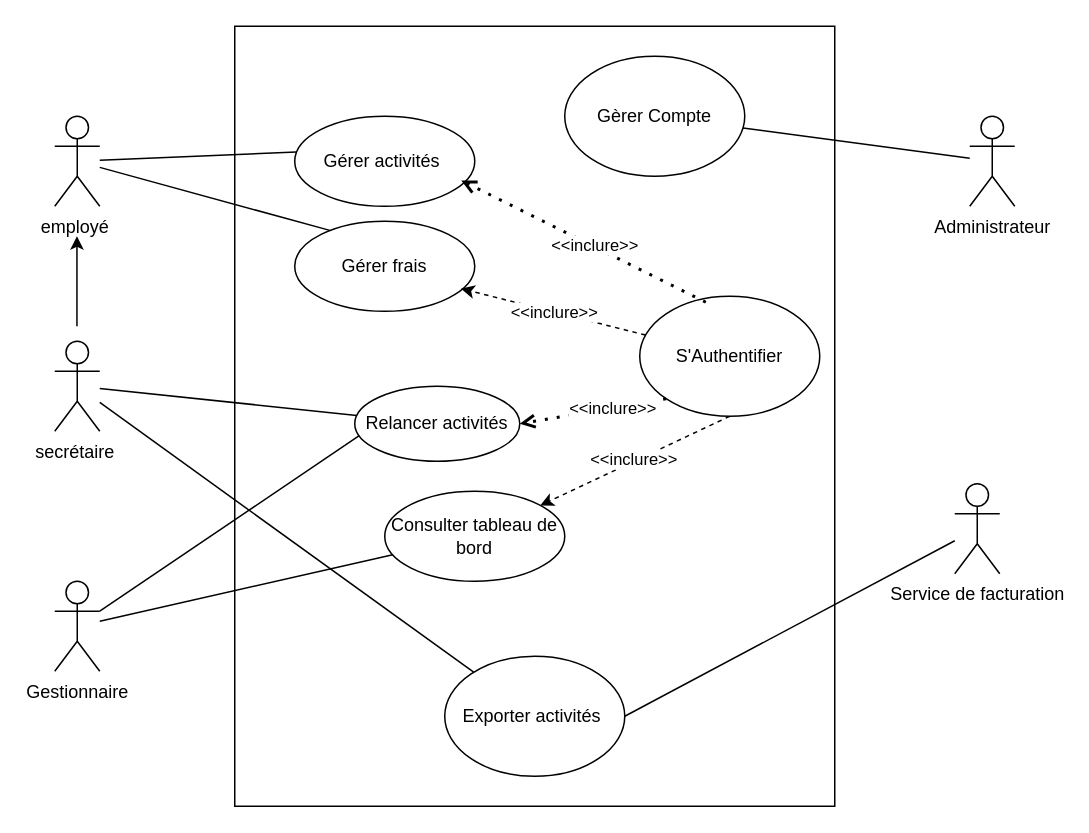
Earlier version of the draw.io diagram Tp1 Analyse et modélisation.drawio (zeuss32/analyse-et-modelisation-lab1). Source tidied: cells renumbered, new cells numbered last; positions are measured from the earlier drawing's top-left corner, leaving out a move shared by most shapes. Both pictures are drawn from the tidied source at 150%, with x=0, y=0 at pixel (54, 26).
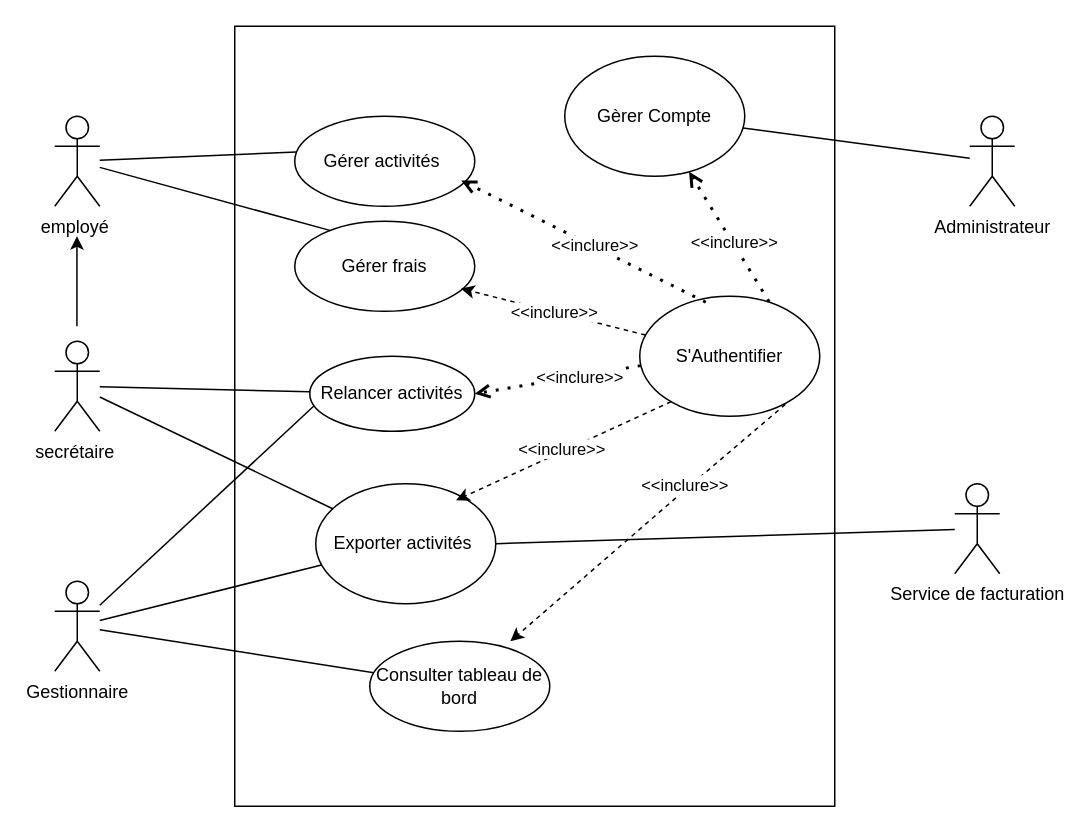
Above is the later version.

Commit message:
Mettre à jour Tp1 Analyse et modélisation.drawio

The change refers to these unchanged cells:
```xml
<mxCell id="6" value="Gestionnaire" style="shape=umlActor;verticalLabelPosition=bottom;verticalAlign=top;html=1;outlineConnect=0;" parent="1" vertex="1">
  <mxGeometry y="370" width="30" height="60" as="geometry" />
</mxCell>
<mxCell id="13" value="Gèrer Compte" style="ellipse;whiteSpace=wrap;html=1;" parent="1" vertex="1">
  <mxGeometry x="340" y="20" width="120" height="80" as="geometry" />
</mxCell>
<mxCell id="23" value="S'Authentifier" style="ellipse;whiteSpace=wrap;html=1;" parent="1" vertex="1">
  <mxGeometry x="390" y="180" width="120" height="80" as="geometry" />
</mxCell>
```

The edit, as a diff of the source:
```diff
@@
+    <mxCell id="31" style="rounded=0;jettySize=auto;html=1;endArrow=none;endFill=0;" parent="1" edge="1" source="6" target="15">
+      <mxGeometry relative="1" as="geometry" />
+    </mxCell>
@@
     <mxCell id="11" value="Relancer activités" style="ellipse;whiteSpace=wrap;html=1;" parent="1" vertex="1">
-      <mxGeometry x="200" y="240" width="110" height="50" as="geometry" />
+      <mxGeometry x="170" y="220" width="110" height="50" as="geometry" />
     </mxCell>
     <mxCell id="12" value="Consulter tableau de bord" style="ellipse;whiteSpace=wrap;html=1;" parent="1" vertex="1">
-      <mxGeometry x="220" y="310" width="120" height="60" as="geometry" />
+      <mxGeometry x="210" y="410" width="120" height="60" as="geometry" />
     </mxCell>
@@
     <mxCell id="15" value="Exporter activités&amp;nbsp;" style="ellipse;whiteSpace=wrap;html=1;" parent="1" vertex="1">
-      <mxGeometry x="260" y="420" width="120" height="80" as="geometry" />
+      <mxGeometry x="174" y="305" width="120" height="80" as="geometry" />
     </mxCell>
@@
-    <mxCell id="21" style="rounded=0;jettySize=auto;html=1;exitX=0.5;exitY=1;exitDx=0;exitDy=0;dashed=1;" parent="1" edge="1" source="23" target="12">
-      <mxGeometry relative="1" as="geometry" />
+    <mxCell id="21" style="rounded=0;orthogonalLoop=1;jettySize=auto;html=1;exitX=1;exitY=1;exitDx=0;exitDy=0;dashed=1;" parent="1" edge="1">
+      <mxGeometry relative="1" as="geometry">
+        <mxPoint x="496.2" y="244.3" as="sourcePoint" />
+        <mxPoint x="303.8" y="410" as="targetPoint" />
+        <Array as="points">
+          <mxPoint x="423.8" y="306" />
+        </Array>
+      </mxGeometry>
     </mxCell>
     <mxCell id="22" value="&amp;lt;&amp;lt;i&lt;span style=&quot;background-color: light-dark(#ffffff, var(--ge-dark-color, #121212)); color: light-dark(rgb(0, 0, 0), rgb(255, 255, 255));&quot;&gt;nclure&amp;gt;&amp;gt;&lt;/span&gt;" style="edgeLabel;html=1;align=center;verticalAlign=middle;" parent="21" vertex="1">
       <mxGeometry x="0.01" y="-3" relative="1" as="geometry">
-        <mxPoint y="1" as="offset" />
+        <mxPoint x="23" y="-20" as="offset" />
       </mxGeometry>
     </mxCell>
@@
-    <mxCell id="28" style="endArrow=open;dashed=1;html=1;dashPattern=1 3;strokeWidth=2;rounded=0;exitX=0;exitY=1;exitDx=0;exitDy=0;endFill=0;entryX=1;entryY=0.5;entryDx=0;entryDy=0;" parent="1" edge="1" source="23" target="11">
+    <mxCell id="28" style="endArrow=open;dashed=1;html=1;dashPattern=1 3;strokeWidth=2;rounded=0;exitX=0.005;exitY=0.578;exitDx=0;exitDy=0;endFill=0;entryX=1;entryY=0.5;entryDx=0;entryDy=0;exitPerimeter=0;" parent="1" edge="1" source="23" target="11">
       <mxGeometry relative="1" as="geometry" />
     </mxCell>
@@
+    <mxCell id="32" style="rounded=0;jettySize=auto;html=1;exitX=0.175;exitY=0.878;exitDx=0;exitDy=0;dashed=1;exitPerimeter=0;entryX=0.779;entryY=0.138;entryDx=0;entryDy=0;entryPerimeter=0;" parent="1" edge="1" source="23" target="15">
+      <mxGeometry relative="1" as="geometry" />
+    </mxCell>
+    <mxCell id="33" value="&amp;lt;&amp;lt;i&lt;span style=&quot;background-color: light-dark(#ffffff, var(--ge-dark-color, #121212)); color: light-dark(rgb(0, 0, 0), rgb(255, 255, 255));&quot;&gt;nclure&amp;gt;&amp;gt;&lt;/span&gt;" style="edgeLabel;html=1;align=center;verticalAlign=middle;" parent="32" vertex="1">
+      <mxGeometry x="0.01" y="-3" relative="1" as="geometry">
+        <mxPoint y="1" as="offset" />
+      </mxGeometry>
+    </mxCell>
+    <mxCell id="34" style="endArrow=open;dashed=1;html=1;dashPattern=1 3;strokeWidth=2;rounded=0;endFill=0;exitX=0.719;exitY=0.046;exitDx=0;exitDy=0;exitPerimeter=0;" parent="1" edge="1" source="23" target="13">
+      <mxGeometry relative="1" as="geometry" />
+    </mxCell>
+    <mxCell id="35" value="&amp;lt;&amp;lt;inclure&amp;gt;&amp;gt;" style="edgeLabel;html=1;align=center;verticalAlign=middle;" parent="34" vertex="1">
+      <mxGeometry x="-0.08" y="-1" relative="1" as="geometry" />
+    </mxCell>
```
